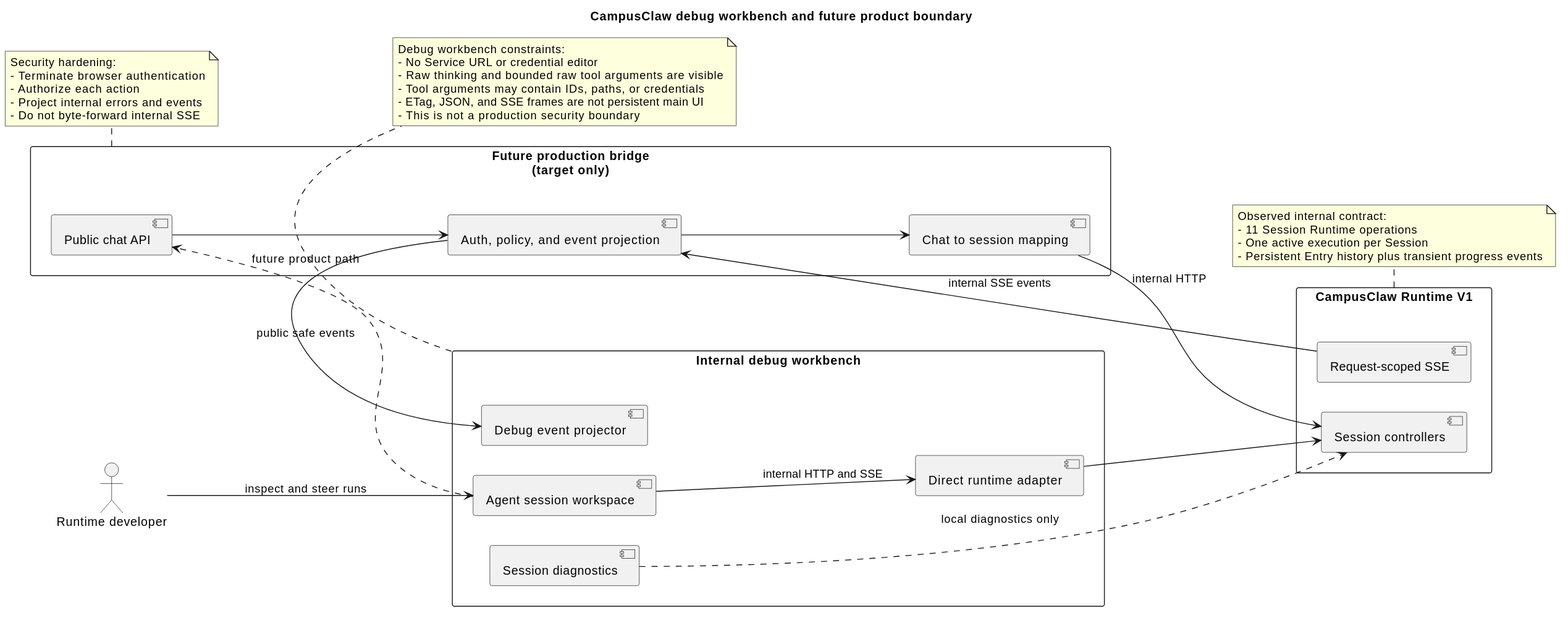
Above: docs/designs/campusclaw-frontend/frontend_product_boundary.svg in 2862282695gjh-afk/pi-mono-java (PlantUML), before the change.
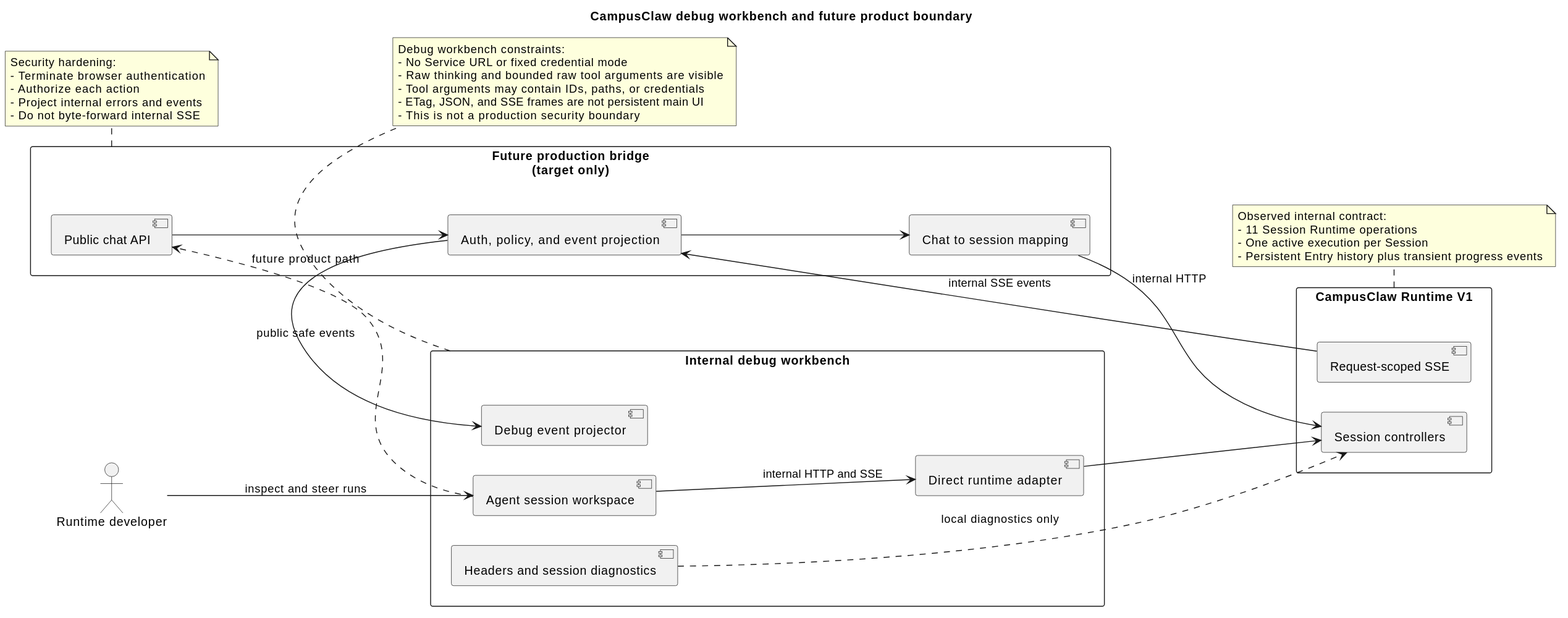
The same file after the commit.

Change to the diagram source:
```diff
@@ -8,7 +8,7 @@
   component "Agent session workspace" as Workspace
   component "Debug event projector" as Projector
   component "Direct runtime adapter" as DirectAdapter
-  component "Session diagnostics" as Diagnostics
+  component "Headers and session diagnostics" as Diagnostics
 }
 
 rectangle "Future production bridge\n(target only)" as Mate {
@@ -35,7 +35,7 @@
 
 note bottom of Frontend
 Debug workbench constraints:
-- No Service URL or credential editor
+- No Service URL or fixed credential mode
 - Raw thinking and bounded raw tool arguments are visible
 - Tool arguments may contain IDs, paths, or credentials
 - ETag, JSON, and SSE frames are not persistent main UI
```
